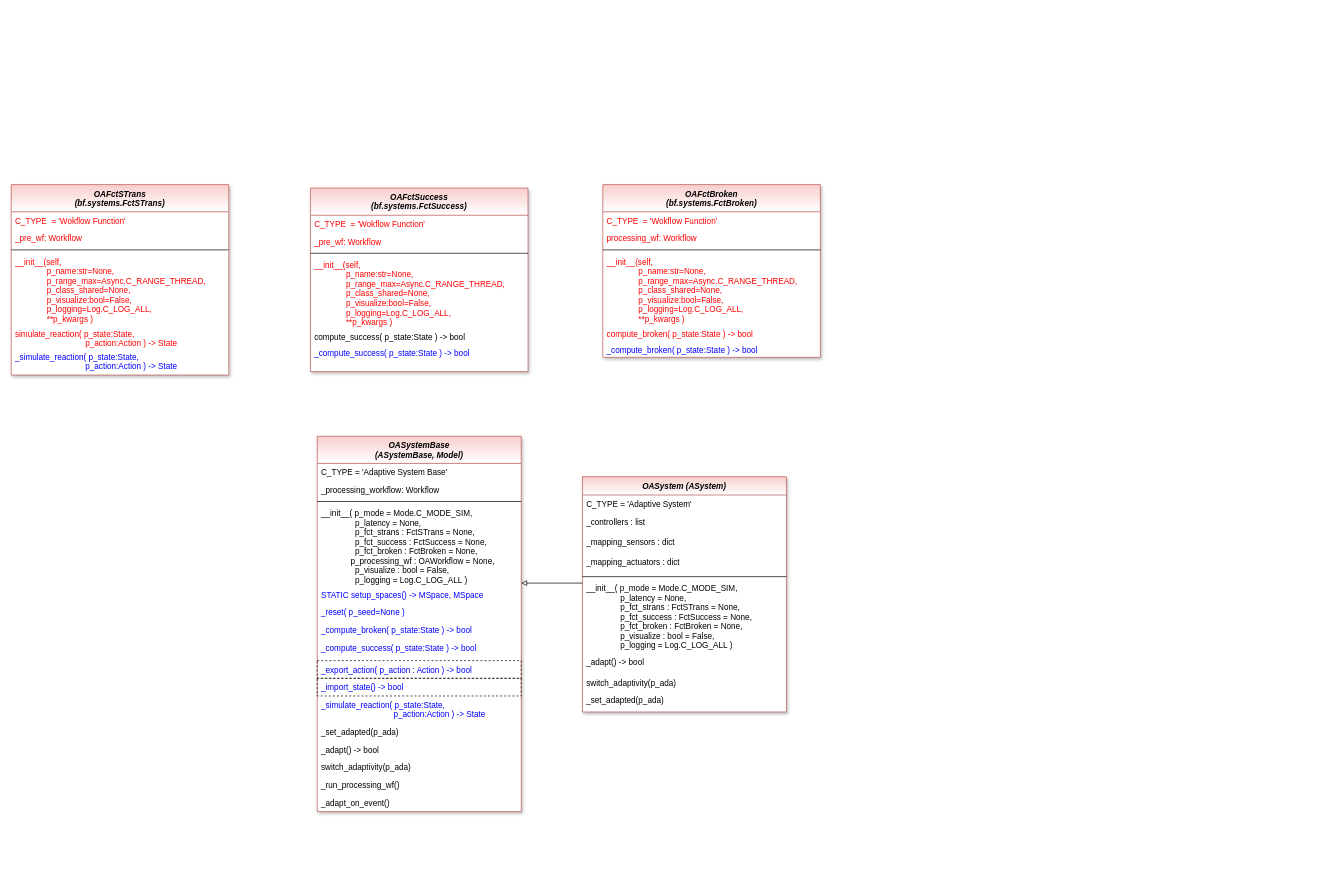
Earlier version of the draw.io diagram doc/rtd/content/04_appendices/appendix2/sub/core/images/oa/MLPro-OA-Systems_OASystems.drawio (fhswf/MLPro). Source tidied: cells renumbered, new cells numbered last; positions are measured from the earlier drawing's top-left corner, leaving out a move shared by most shapes. Both pictures are drawn from the tidied source at 68%, with x=0, y=0 at pixel (11, 184).
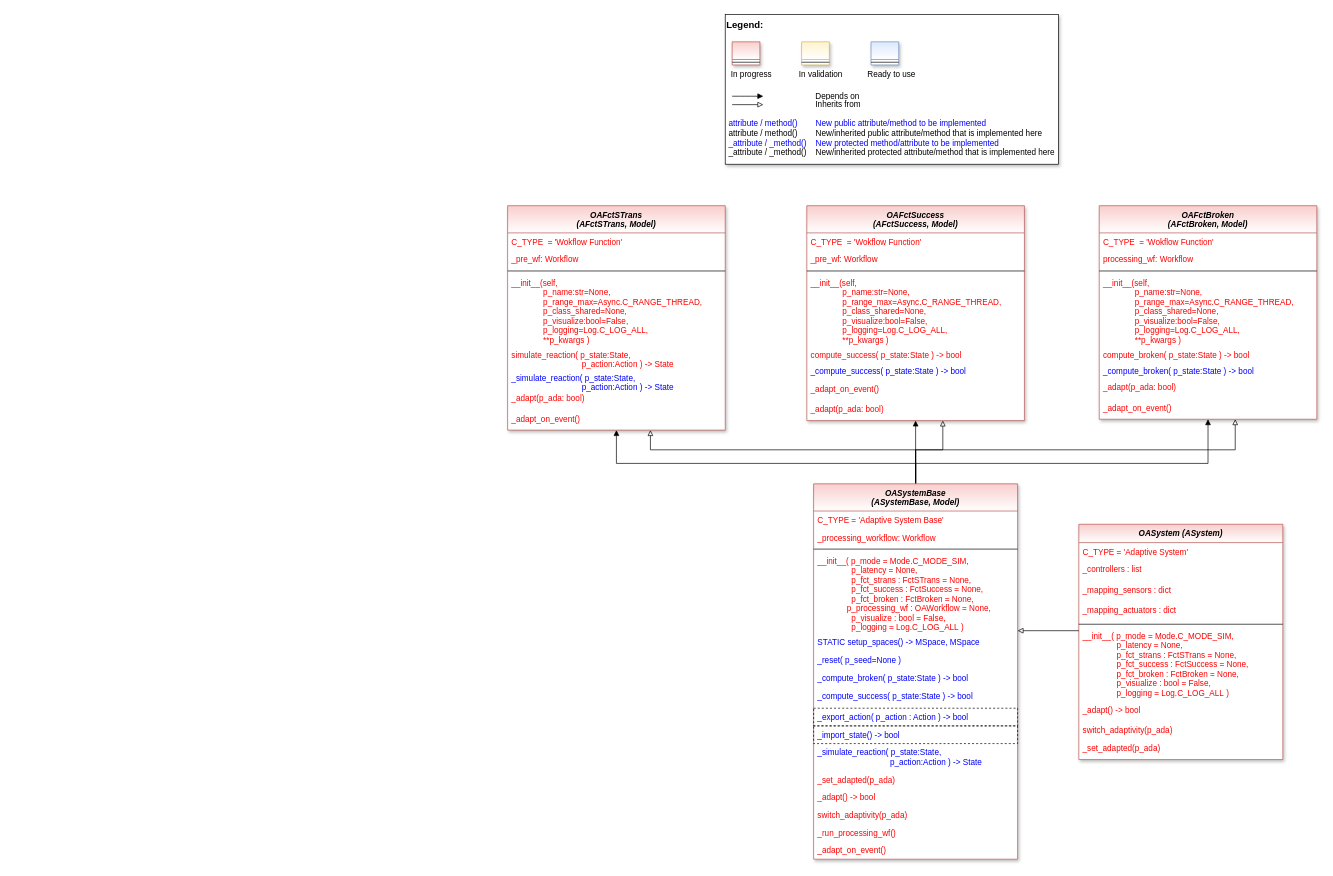
The same page after the edit.

Commit message (it also covers changes not shown here):
adaptive systems, oa systems

Diff of the diagram source:
```diff
@@
+    <mxCell id="51" style="edgeStyle=orthogonalEdgeStyle;rounded=0;jettySize=auto;html=1;endArrow=block;endFill=1;" parent="1" edge="1" source="2" target="30">
+      <mxGeometry relative="1" as="geometry">
+        <Array as="points">
+          <mxPoint x="1330" y="410" />
+          <mxPoint x="890" y="410" />
+        </Array>
+      </mxGeometry>
+    </mxCell>
+    <mxCell id="52" style="edgeStyle=orthogonalEdgeStyle;rounded=0;jettySize=auto;html=1;endArrow=block;endFill=1;" parent="1" edge="1" source="2" target="37">
+      <mxGeometry relative="1" as="geometry" />
+    </mxCell>
+    <mxCell id="53" style="edgeStyle=orthogonalEdgeStyle;rounded=0;jettySize=auto;html=1;endArrow=block;endFill=1;" parent="1" edge="1" source="2" target="44">
+      <mxGeometry relative="1" as="geometry">
+        <Array as="points">
+          <mxPoint x="1330" y="410" />
+          <mxPoint x="1760" y="410" />
+        </Array>
+      </mxGeometry>
+    </mxCell>
+    <mxCell id="54" style="edgeStyle=orthogonalEdgeStyle;rounded=0;jettySize=auto;html=1;fontColor=#FF0000;endArrow=block;endFill=0;" parent="1" edge="1" source="2" target="30">
+      <mxGeometry relative="1" as="geometry">
+        <Array as="points">
+          <mxPoint x="1330" y="390" />
+          <mxPoint x="940" y="390" />
+        </Array>
+      </mxGeometry>
+    </mxCell>
+    <mxCell id="55" style="edgeStyle=orthogonalEdgeStyle;rounded=0;jettySize=auto;html=1;fontColor=#FF0000;endArrow=block;endFill=0;exitX=0.5;exitY=0;exitDx=0;exitDy=0;" parent="1" edge="1" source="2" target="37">
+      <mxGeometry relative="1" as="geometry">
+        <Array as="points">
+          <mxPoint x="1330" y="390" />
+          <mxPoint x="1370" y="390" />
+        </Array>
+      </mxGeometry>
+    </mxCell>
+    <mxCell id="56" style="edgeStyle=orthogonalEdgeStyle;rounded=0;jettySize=auto;html=1;fontColor=#FF0000;endArrow=block;endFill=0;" parent="1" edge="1" source="2" target="44">
+      <mxGeometry relative="1" as="geometry">
+        <Array as="points">
+          <mxPoint x="1330" y="390" />
+          <mxPoint x="1800" y="390" />
+        </Array>
+      </mxGeometry>
+    </mxCell>
     <mxCell id="2" value="OASystemBase&#10;(ASystemBase, Model)" style="swimlane;fontStyle=3;align=center;verticalAlign=top;horizontal=1;startSize=40;rounded=0;shadow=1;strokeWidth=1;fillColor=#f8cecc;strokeColor=#b85450;swimlaneFillColor=#ffffff;gradientColor=#FFFFFF;" parent="1" vertex="1">
-      <mxGeometry x="450" y="370" width="300" height="552" as="geometry" />
+      <mxGeometry x="1180" y="440" width="300" height="552" as="geometry" />
     </mxCell>
-    <mxCell id="3" value="C_TYPE = 'Adaptive System Base'" style="text;align=left;verticalAlign=top;spacingLeft=4;spacingRight=4;overflow=hidden;fontColor=#000000;" parent="2" vertex="1">
+    <mxCell id="3" value="C_TYPE = 'Adaptive System Base'" style="text;align=left;verticalAlign=top;spacingLeft=4;spacingRight=4;overflow=hidden;fontColor=#FF0000;" parent="2" vertex="1">
       <mxGeometry y="40" width="300" height="26" as="geometry" />
     </mxCell>
-    <mxCell id="4" value="_processing_workflow: Workflow" style="text;align=left;verticalAlign=top;spacingLeft=4;spacingRight=4;overflow=hidden;fontColor=#000000;" parent="2" vertex="1">
+    <mxCell id="4" value="_processing_workflow: Workflow" style="text;align=left;verticalAlign=top;spacingLeft=4;spacingRight=4;overflow=hidden;fontColor=#FF0000;" parent="2" vertex="1">
       <mxGeometry y="66" width="300" height="26" as="geometry" />
     </mxCell>
@@
-    <mxCell id="6" value="__init__( p_mode = Mode.C_MODE_SIM,&#10;               p_latency = None, &#10;               p_fct_strans : FctSTrans = None,&#10;               p_fct_success : FctSuccess = None,&#10;               p_fct_broken : FctBroken = None,&#10;               p_processing_wf : OAWorkflow = None,&#10;               p_visualize : bool = False,&#10;               p_logging = Log.C_LOG_ALL )" style="text;align=left;verticalAlign=top;spacingLeft=4;spacingRight=4;overflow=hidden;" parent="2" vertex="1">
+    <mxCell id="6" value="__init__( p_mode = Mode.C_MODE_SIM,&#10;               p_latency = None, &#10;               p_fct_strans : FctSTrans = None,&#10;               p_fct_success : FctSuccess = None,&#10;               p_fct_broken : FctBroken = None,&#10;               p_processing_wf : OAWorkflow = None,&#10;               p_visualize : bool = False,&#10;               p_logging = Log.C_LOG_ALL )" style="text;align=left;verticalAlign=top;spacingLeft=4;spacingRight=4;overflow=hidden;fontColor=#FF0000;" parent="2" vertex="1">
       <mxGeometry y="100" width="300" height="120" as="geometry" />
     </mxCell>
@@
-    <mxCell id="14" value="_set_adapted(p_ada)" style="text;align=left;verticalAlign=top;spacingLeft=4;spacingRight=4;overflow=hidden;fontColor=default;" parent="2" vertex="1">
+    <mxCell id="14" value="_set_adapted(p_ada)" style="text;align=left;verticalAlign=top;spacingLeft=4;spacingRight=4;overflow=hidden;fontColor=#FF0000;" parent="2" vertex="1">
       <mxGeometry y="422" width="300" height="26" as="geometry" />
     </mxCell>
-    <mxCell id="15" value="_adapt() -&gt; bool" style="text;align=left;verticalAlign=top;spacingLeft=4;spacingRight=4;overflow=hidden;fontColor=default;" parent="2" vertex="1">
+    <mxCell id="15" value="_adapt() -&gt; bool" style="text;align=left;verticalAlign=top;spacingLeft=4;spacingRight=4;overflow=hidden;fontColor=#FF0000;" parent="2" vertex="1">
       <mxGeometry y="448" width="300" height="26" as="geometry" />
     </mxCell>
-    <mxCell id="16" value="switch_adaptivity(p_ada)" style="text;align=left;verticalAlign=top;spacingLeft=4;spacingRight=4;overflow=hidden;fontColor=default;" parent="2" vertex="1">
+    <mxCell id="16" value="switch_adaptivity(p_ada)" style="text;align=left;verticalAlign=top;spacingLeft=4;spacingRight=4;overflow=hidden;fontColor=#FF0000;" parent="2" vertex="1">
       <mxGeometry y="474" width="300" height="26" as="geometry" />
     </mxCell>
-    <mxCell id="17" value="_run_processing_wf()" style="text;align=left;verticalAlign=top;spacingLeft=4;spacingRight=4;overflow=hidden;fontColor=default;" parent="2" vertex="1">
+    <mxCell id="17" value="_run_processing_wf()" style="text;align=left;verticalAlign=top;spacingLeft=4;spacingRight=4;overflow=hidden;fontColor=#FF0000;" parent="2" vertex="1">
       <mxGeometry y="500" width="300" height="26" as="geometry" />
     </mxCell>
-    <mxCell id="18" value="_adapt_on_event()" style="text;align=left;verticalAlign=top;spacingLeft=4;spacingRight=4;overflow=hidden;fontColor=default;" parent="2" vertex="1">
+    <mxCell id="18" value="_adapt_on_event()" style="text;align=left;verticalAlign=top;spacingLeft=4;spacingRight=4;overflow=hidden;fontColor=#FF0000;" parent="2" vertex="1">
       <mxGeometry y="526" width="300" height="26" as="geometry" />
     </mxCell>
     <mxCell id="19" value="OASystem (ASystem)" style="swimlane;fontStyle=3;align=center;verticalAlign=top;horizontal=1;startSize=27;rounded=0;shadow=1;strokeWidth=1;fillColor=#f8cecc;strokeColor=#b85450;swimlaneFillColor=#ffffff;gradientColor=#FFFFFF;" parent="1" vertex="1">
-      <mxGeometry x="840" y="429.5" width="300" height="346" as="geometry" />
+      <mxGeometry x="1570" y="499.5" width="300" height="346" as="geometry" />
     </mxCell>
-    <mxCell id="20" value="C_TYPE = 'Adaptive System'" style="text;align=left;verticalAlign=top;spacingLeft=4;spacingRight=4;overflow=hidden;" parent="19" vertex="1">
+    <mxCell id="20" value="C_TYPE = 'Adaptive System'" style="text;align=left;verticalAlign=top;spacingLeft=4;spacingRight=4;overflow=hidden;fontColor=#FF0000;" parent="19" vertex="1">
       <mxGeometry y="27" width="300" height="26" as="geometry" />
     </mxCell>
-    <mxCell id="21" value="_controllers : list" style="text;align=left;verticalAlign=top;spacingLeft=4;spacingRight=4;overflow=hidden;fontColor=default;" parent="19" vertex="1">
+    <mxCell id="21" value="_controllers : list" style="text;align=left;verticalAlign=top;spacingLeft=4;spacingRight=4;overflow=hidden;fontColor=#FF0000;" parent="19" vertex="1">
       <mxGeometry y="53" width="300" height="30" as="geometry" />
     </mxCell>
-    <mxCell id="22" value="_mapping_sensors : dict" style="text;align=left;verticalAlign=top;spacingLeft=4;spacingRight=4;overflow=hidden;fontColor=default;" parent="19" vertex="1">
+    <mxCell id="22" value="_mapping_sensors : dict" style="text;align=left;verticalAlign=top;spacingLeft=4;spacingRight=4;overflow=hidden;fontColor=#FF0000;" parent="19" vertex="1">
       <mxGeometry y="83" width="300" height="30" as="geometry" />
     </mxCell>
-    <mxCell id="23" value="_mapping_actuators : dict" style="text;align=left;verticalAlign=top;spacingLeft=4;spacingRight=4;overflow=hidden;fontColor=default;" parent="19" vertex="1">
+    <mxCell id="23" value="_mapping_actuators : dict" style="text;align=left;verticalAlign=top;spacingLeft=4;spacingRight=4;overflow=hidden;fontColor=#FF0000;" parent="19" vertex="1">
       <mxGeometry y="113" width="300" height="30" as="geometry" />
     </mxCell>
@@
-    <mxCell id="25" value="__init__( p_mode = Mode.C_MODE_SIM,&#10;               p_latency = None, &#10;               p_fct_strans : FctSTrans = None,&#10;               p_fct_success : FctSuccess = None,&#10;               p_fct_broken : FctBroken = None,&#10;               p_visualize : bool = False,&#10;               p_logging = Log.C_LOG_ALL )" style="text;align=left;verticalAlign=top;spacingLeft=4;spacingRight=4;overflow=hidden;points=[[0,0.5],[1,0.5]];portConstraint=eastwest;" parent="19" vertex="1">
+    <mxCell id="25" value="__init__( p_mode = Mode.C_MODE_SIM,&#10;               p_latency = None, &#10;               p_fct_strans : FctSTrans = None,&#10;               p_fct_success : FctSuccess = None,&#10;               p_fct_broken : FctBroken = None,&#10;               p_visualize : bool = False,&#10;               p_logging = Log.C_LOG_ALL )" style="text;align=left;verticalAlign=top;spacingLeft=4;spacingRight=4;overflow=hidden;points=[[0,0.5],[1,0.5]];portConstraint=eastwest;fontColor=#FF0000;" parent="19" vertex="1">
       <mxGeometry y="151" width="300" height="109" as="geometry" />
     </mxCell>
-    <mxCell id="26" value="_adapt() -&gt; bool" style="text;align=left;verticalAlign=top;spacingLeft=4;spacingRight=4;overflow=hidden;fontColor=default;" parent="19" vertex="1">
+    <mxCell id="26" value="_adapt() -&gt; bool" style="text;align=left;verticalAlign=top;spacingLeft=4;spacingRight=4;overflow=hidden;fontColor=#FF0000;" parent="19" vertex="1">
       <mxGeometry y="260" width="300" height="30" as="geometry" />
     </mxCell>
-    <mxCell id="27" value="switch_adaptivity(p_ada)" style="text;align=left;verticalAlign=top;spacingLeft=4;spacingRight=4;overflow=hidden;fontColor=default;" parent="19" vertex="1">
+    <mxCell id="27" value="switch_adaptivity(p_ada)" style="text;align=left;verticalAlign=top;spacingLeft=4;spacingRight=4;overflow=hidden;fontColor=#FF0000;" parent="19" vertex="1">
       <mxGeometry y="290" width="300" height="26" as="geometry" />
     </mxCell>
-    <mxCell id="28" value="_set_adapted(p_ada)" style="text;align=left;verticalAlign=top;spacingLeft=4;spacingRight=4;overflow=hidden;fontColor=default;" parent="19" vertex="1">
+    <mxCell id="28" value="_set_adapted(p_ada)" style="text;align=left;verticalAlign=top;spacingLeft=4;spacingRight=4;overflow=hidden;fontColor=#FF0000;" parent="19" vertex="1">
       <mxGeometry y="316" width="300" height="26" as="geometry" />
     </mxCell>
     <mxCell id="29" style="edgeStyle=orthogonalEdgeStyle;rounded=0;jettySize=auto;html=1;fontColor=default;endArrow=block;endFill=0;" parent="1" edge="1" source="25" target="2">
       <mxGeometry relative="1" as="geometry">
         <Array as="points">
-          <mxPoint x="780" y="586" />
-          <mxPoint x="780" y="586" />
+          <mxPoint x="1510" y="656" />
+          <mxPoint x="1510" y="656" />
         </Array>
       </mxGeometry>
     </mxCell>
-    <mxCell id="30" value="OAFctSTrans&#10;(bf.systems.FctSTrans)" style="swimlane;fontStyle=3;align=center;verticalAlign=top;horizontal=1;startSize=40;rounded=0;shadow=1;strokeWidth=1;fillColor=#f8cecc;strokeColor=#b85450;swimlaneFillColor=#ffffff;gradientColor=#FFFFFF;" parent="1" vertex="1">
-      <mxGeometry width="320" height="280" as="geometry" />
+    <mxCell id="30" value="OAFctSTrans&#10;(AFctSTrans, Model)" style="swimlane;fontStyle=3;align=center;verticalAlign=top;horizontal=1;startSize=40;rounded=0;shadow=1;strokeWidth=1;fillColor=#f8cecc;strokeColor=#b85450;swimlaneFillColor=#ffffff;gradientColor=#FFFFFF;" parent="1" vertex="1">
+      <mxGeometry x="730" y="31" width="320" height="330" as="geometry" />
     </mxCell>
@@
+    <mxCell id="57" value="_adapt(p_ada: bool)" style="text;align=left;verticalAlign=top;spacingLeft=4;spacingRight=4;overflow=hidden;fontColor=#FF0000;" parent="30" vertex="1">
+      <mxGeometry y="270" width="320" height="30" as="geometry" />
+    </mxCell>
+    <mxCell id="58" value="_adapt_on_event()" style="text;align=left;verticalAlign=top;spacingLeft=4;spacingRight=4;overflow=hidden;fontColor=#FF0000;" parent="30" vertex="1">
+      <mxGeometry y="300" width="320" height="30" as="geometry" />
+    </mxCell>
-    <mxCell id="37" value="OAFctSuccess&#10;(bf.systems.FctSuccess)" style="swimlane;fontStyle=3;align=center;verticalAlign=top;horizontal=1;startSize=40;rounded=0;shadow=1;strokeWidth=1;fillColor=#f8cecc;strokeColor=#b85450;swimlaneFillColor=#ffffff;gradientColor=#FFFFFF;" parent="1" vertex="1">
-      <mxGeometry x="440" y="5" width="320" height="270" as="geometry" />
+    <mxCell id="37" value="OAFctSuccess&#10;(AFctSuccess, Model)" style="swimlane;fontStyle=3;align=center;verticalAlign=top;horizontal=1;startSize=40;rounded=0;shadow=1;strokeWidth=1;fillColor=#f8cecc;strokeColor=#b85450;swimlaneFillColor=#ffffff;gradientColor=#FFFFFF;" parent="1" vertex="1">
+      <mxGeometry x="1170" y="31" width="320" height="316" as="geometry" />
     </mxCell>
@@
-    <mxCell id="42" value="compute_success( p_state:State ) -&gt; bool" style="text;align=left;verticalAlign=top;spacingLeft=4;spacingRight=4;overflow=hidden;" parent="37" vertex="1">
+    <mxCell id="42" value="compute_success( p_state:State ) -&gt; bool" style="text;align=left;verticalAlign=top;spacingLeft=4;spacingRight=4;overflow=hidden;fontColor=#FF0000;" parent="37" vertex="1">
       <mxGeometry y="206" width="320" height="24" as="geometry" />
     </mxCell>
@@
+    <mxCell id="59" value="_adapt_on_event()" style="text;align=left;verticalAlign=top;spacingLeft=4;spacingRight=4;overflow=hidden;fontColor=#FF0000;" parent="37" vertex="1">
+      <mxGeometry y="256" width="320" height="30" as="geometry" />
+    </mxCell>
+    <mxCell id="60" value="_adapt(p_ada: bool)" style="text;align=left;verticalAlign=top;spacingLeft=4;spacingRight=4;overflow=hidden;fontColor=#FF0000;" parent="37" vertex="1">
+      <mxGeometry y="286" width="320" height="30" as="geometry" />
+    </mxCell>
-    <mxCell id="44" value="OAFctBroken&#10;(bf.systems.FctBroken)" style="swimlane;fontStyle=3;align=center;verticalAlign=top;horizontal=1;startSize=40;rounded=0;shadow=1;strokeWidth=1;fillColor=#f8cecc;strokeColor=#b85450;swimlaneFillColor=#ffffff;gradientColor=#FFFFFF;" parent="1" vertex="1">
-      <mxGeometry x="870" width="320" height="254" as="geometry" />
+    <mxCell id="44" value="OAFctBroken&#10;(AFctBroken, Model)" style="swimlane;fontStyle=3;align=center;verticalAlign=top;horizontal=1;startSize=40;rounded=0;shadow=1;strokeWidth=1;fillColor=#f8cecc;strokeColor=#b85450;swimlaneFillColor=#ffffff;gradientColor=#FFFFFF;" parent="1" vertex="1">
+      <mxGeometry x="1600" y="31" width="320" height="314" as="geometry" />
     </mxCell>
@@
+    <mxCell id="61" value="_adapt(p_ada: bool)" style="text;align=left;verticalAlign=top;spacingLeft=4;spacingRight=4;overflow=hidden;fontColor=#FF0000;" parent="44" vertex="1">
+      <mxGeometry y="254" width="320" height="30" as="geometry" />
+    </mxCell>
+    <mxCell id="62" value="_adapt_on_event()" style="text;align=left;verticalAlign=top;spacingLeft=4;spacingRight=4;overflow=hidden;fontColor=#FF0000;" parent="44" vertex="1">
+      <mxGeometry y="284" width="320" height="30" as="geometry" />
+    </mxCell>
+    <mxCell id="63" style="group;" parent="1" vertex="1">
+      <mxGeometry x="1050" y="-250" width="490" height="220" as="geometry" />
+    </mxCell>
+    <mxCell id="64" value="&lt;font color=&quot;#000000&quot; size=&quot;1&quot;&gt;&lt;b style=&quot;font-size: 14px&quot;&gt;Legend:&lt;br&gt;&lt;/b&gt;&lt;/font&gt;&lt;br&gt;&lt;br&gt;&lt;br&gt;&lt;font color=&quot;#0000ff&quot; style=&quot;font-size: 6px&quot;&gt;&lt;br&gt;&lt;/font&gt;&lt;span style=&quot;color: rgb(0 , 0 , 0)&quot;&gt;&lt;font style=&quot;font-size: 4px&quot;&gt;&amp;nbsp; &amp;nbsp;&lt;/font&gt;&amp;nbsp;In progress&amp;nbsp; &amp;nbsp; &amp;nbsp; &amp;nbsp; &amp;nbsp; &amp;nbsp; In validation&amp;nbsp; &amp;nbsp; &amp;nbsp; &amp;nbsp; &amp;nbsp; &amp;nbsp;Ready to use&lt;/span&gt;&lt;font color=&quot;#000000&quot;&gt;&amp;nbsp;&lt;br&gt;&lt;/font&gt;&lt;font color=&quot;#0000ff&quot;&gt;&lt;br&gt;&lt;br&gt;&lt;br&gt;&lt;br&gt;&amp;nbsp;attribute / method()&amp;nbsp; &amp;nbsp; &amp;nbsp; &amp;nbsp; New public attribute/method to be implemented&lt;/font&gt;&lt;br&gt;&lt;font color=&quot;#000000&quot;&gt;&amp;nbsp;&lt;/font&gt;&lt;font color=&quot;#000000&quot;&gt;attribute / method()&lt;span&gt;&#9;&lt;/span&gt;&amp;nbsp; &amp;nbsp; &amp;nbsp; &amp;nbsp;New/inherited public attribute/method that is implemented here&lt;br&gt;&lt;/font&gt;&lt;font color=&quot;#0000ff&quot;&gt;&amp;nbsp;_attribute /&amp;nbsp;&lt;/font&gt;&lt;font color=&quot;#0000ff&quot;&gt;_method()&amp;nbsp; &amp;nbsp; New protected method/attribute to be implemented&lt;/font&gt;&lt;br&gt;&lt;font color=&quot;#000000&quot;&gt;&amp;nbsp;_attribute / _method()&amp;nbsp; &amp;nbsp; New/inherited protected attribute/method that is implemented here&lt;br&gt;&lt;/font&gt;&lt;font color=&quot;#000000&quot;&gt;&lt;br&gt;&lt;br&gt;&lt;br&gt;&lt;br&gt;&lt;br&gt;&lt;/font&gt;" style="text;html=1;align=left;verticalAlign=top;whiteSpace=wrap;rounded=0;fontColor=#006600;strokeColor=#000000;shadow=1;fillColor=#ffffff;" parent="63" vertex="1">
+      <mxGeometry width="490" height="220" as="geometry" />
+    </mxCell>
+    <mxCell id="65" value="Depends on" style="endArrow=block;html=1;labelPosition=right;verticalLabelPosition=middle;align=left;verticalAlign=middle;endFill=1;fontSize=12;" parent="63" edge="1">
+      <mxGeometry x="-1623.1" y="-2180" as="geometry">
+        <mxPoint x="10.2" y="120" as="sourcePoint" />
+        <mxPoint x="56" y="120" as="targetPoint" />
+        <Array as="points">
+          <mxPoint x="30.6" y="120" />
+        </Array>
+        <mxPoint x="98" as="offset" />
+      </mxGeometry>
+    </mxCell>
+    <mxCell id="66" value="Inherits from" style="endArrow=block;html=1;labelPosition=right;verticalLabelPosition=middle;align=left;verticalAlign=middle;endFill=0;fontSize=12;" parent="63" edge="1">
+      <mxGeometry x="-1623.1" y="-2180" as="geometry">
+        <mxPoint x="10.2" y="132.4" as="sourcePoint" />
+        <mxPoint x="56" y="132.4" as="targetPoint" />
+        <mxPoint x="98" y="1" as="offset" />
+      </mxGeometry>
+    </mxCell>
+    <mxCell id="67" style="swimlane;fontStyle=3;align=center;verticalAlign=top;horizontal=1;startSize=26;rounded=0;shadow=1;strokeWidth=1;fillColor=#f8cecc;strokeColor=#b85450;gradientColor=#ffffff;swimlaneFillColor=#ffffff;" parent="63" vertex="1">
+      <mxGeometry x="10.2" y="40" width="40.8" height="34" as="geometry" />
+    </mxCell>
+    <mxCell id="68" style="line;html=1;strokeWidth=1;align=left;verticalAlign=middle;spacingTop=-1;spacingLeft=3;spacingRight=3;labelPosition=right;" parent="67" vertex="1">
+      <mxGeometry y="26" width="40.8" height="8" as="geometry" />
+    </mxCell>
+    <mxCell id="69" style="swimlane;fontStyle=3;align=center;verticalAlign=top;horizontal=1;startSize=26;rounded=0;shadow=1;strokeWidth=1;fillColor=#fff2cc;strokeColor=#d6b656;gradientColor=#ffffff;swimlaneFillColor=#ffffff;" parent="63" vertex="1">
+      <mxGeometry x="112.3" y="40" width="40.8" height="34" as="geometry" />
+    </mxCell>
+    <mxCell id="70" style="line;html=1;strokeWidth=1;align=left;verticalAlign=middle;spacingTop=-1;spacingLeft=3;spacingRight=3;labelPosition=right;" parent="69" vertex="1">
+      <mxGeometry y="26" width="40.8" height="8" as="geometry" />
+    </mxCell>
+    <mxCell id="71" style="swimlane;fontStyle=3;align=center;verticalAlign=top;horizontal=1;startSize=26;rounded=0;shadow=1;strokeWidth=1;fillColor=#dae8fc;strokeColor=#6c8ebf;gradientColor=#ffffff;swimlaneFillColor=#ffffff;" parent="63" vertex="1">
+      <mxGeometry x="214.4" y="40" width="40.8" height="34" as="geometry" />
+    </mxCell>
+    <mxCell id="72" style="line;html=1;strokeWidth=1;align=left;verticalAlign=middle;spacingTop=-1;spacingLeft=3;spacingRight=3;labelPosition=right;" parent="71" vertex="1">
+      <mxGeometry y="26" width="40.8" height="8" as="geometry" />
+    </mxCell>
```
